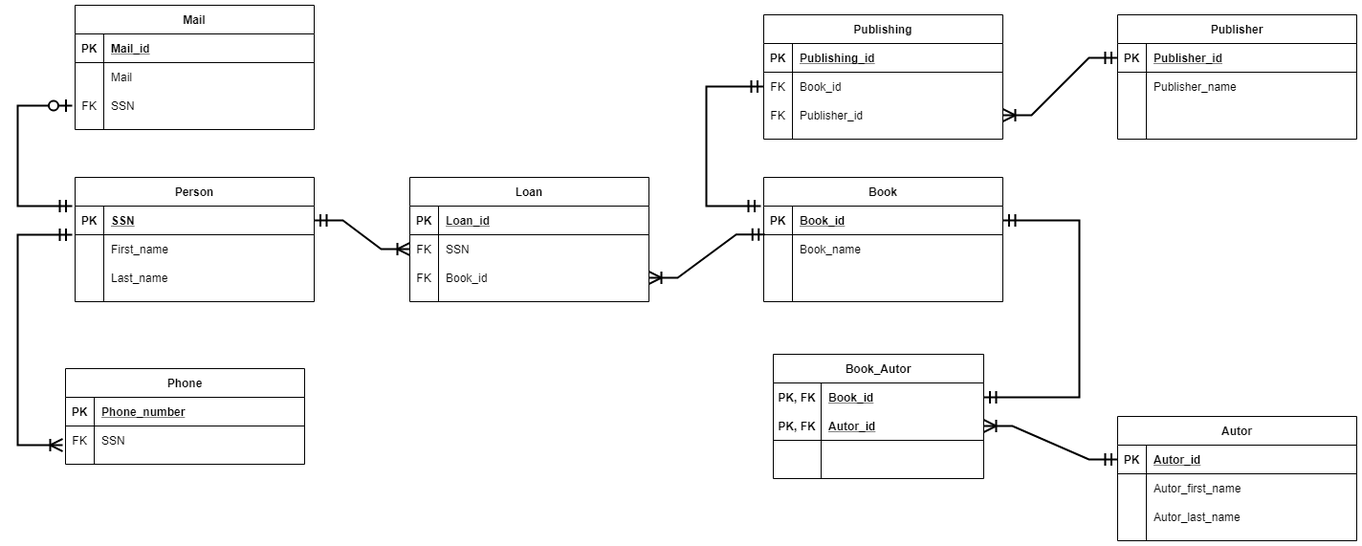
The draw.io diagram 11-Sql/Library ERD.png in Tommyhappy01/2-DATA_SCIENCE, before a commit. Source tidied: cells renumbered, new cells last; positions are measured from the earlier drawing's top-left corner, leaving out a move shared by most shapes.
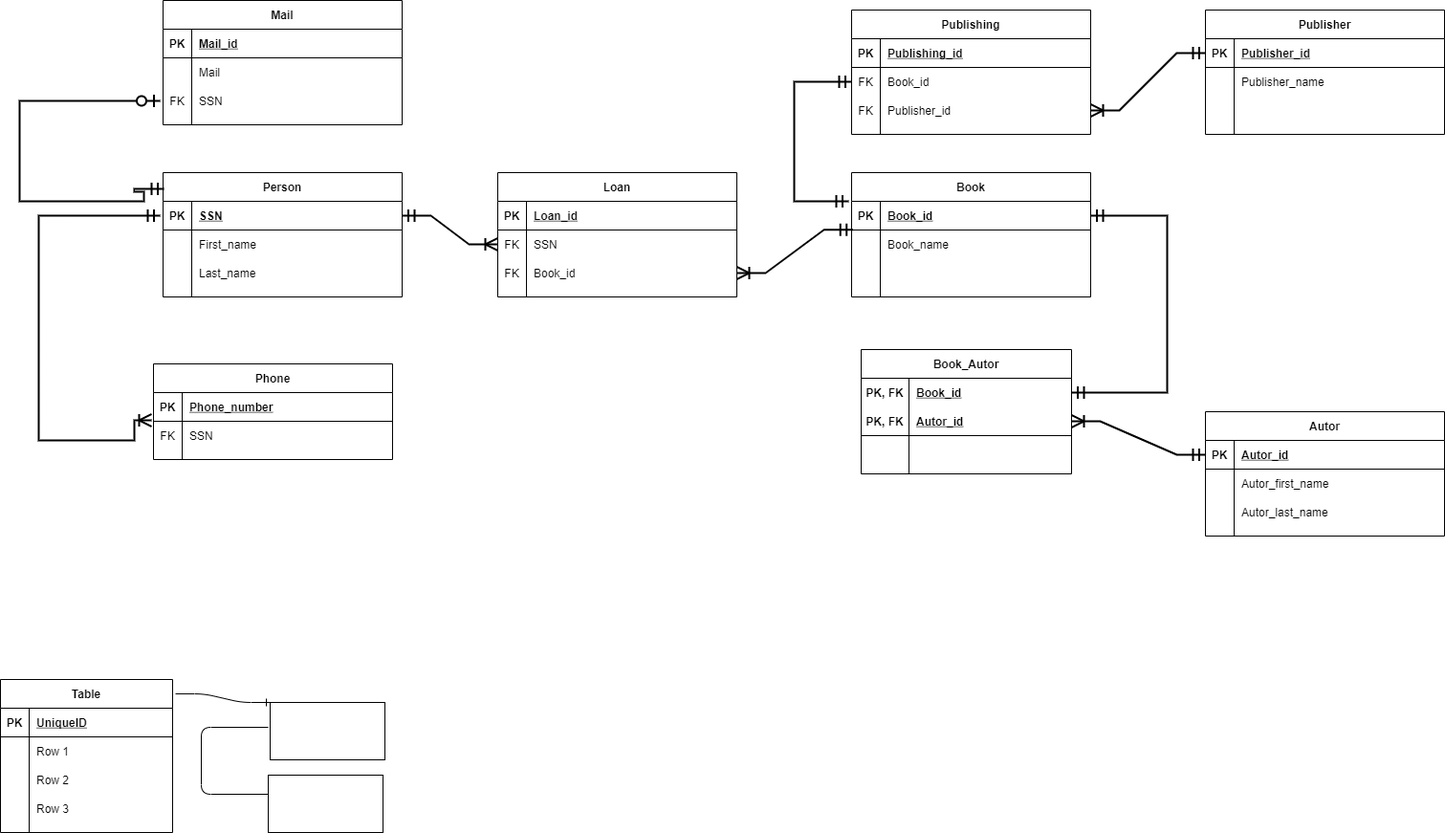
Later version of the same file.

Change to the diagram source:
```diff
@@ -266,19 +266,25 @@
     <mxCell id="89" value="FK" style="shape=partialRectangle;overflow=hidden;fillColor=none;top=0;left=0;bottom=0;right=0;" parent="78" vertex="1">
       <mxGeometry y="90" width="30" height="30" as="geometry" />
     </mxCell>
-    <mxCell id="90" style="edgeStyle=orthogonalEdgeStyle;rounded=0;jettySize=auto;html=1;strokeWidth=2;targetPerimeterSpacing=3;endSize=10;startSize=10;sourcePerimeterSpacing=3;endArrow=ERoneToMany;endFill=0;startArrow=ERmandOne;startFill=0;" parent="1" edge="1" source="3" target="99">
+    <mxCell id="90" style="edgeStyle=orthogonalEdgeStyle;rounded=0;jettySize=auto;html=1;strokeWidth=2;targetPerimeterSpacing=3;endSize=10;startSize=10;sourcePerimeterSpacing=3;endArrow=ERoneToMany;endFill=0;startArrow=ERmandOne;startFill=0;entryX=-0.008;entryY=0.967;entryDx=0;entryDy=0;entryPerimeter=0;" parent="1" edge="1" source="3" target="100">
       <mxGeometry relative="1" as="geometry">
         <Array as="points">
-          <mxPoint y="240" />
-          <mxPoint y="460" />
+          <mxPoint x="-70" y="225" />
+          <mxPoint x="-70" y="460" />
+          <mxPoint x="30" y="460" />
+          <mxPoint x="30" y="439" />
         </Array>
       </mxGeometry>
     </mxCell>
-    <mxCell id="91" style="edgeStyle=orthogonalEdgeStyle;rounded=0;jettySize=auto;html=1;startArrow=ERzeroToOne;startFill=1;endArrow=ERmandOne;endFill=0;strokeWidth=2;endSize=10;startSize=10;targetPerimeterSpacing=3;sourcePerimeterSpacing=3;" parent="1" edge="1" source="86" target="3">
+    <mxCell id="91" style="edgeStyle=orthogonalEdgeStyle;rounded=0;jettySize=auto;html=1;startArrow=ERzeroToOne;startFill=1;endArrow=ERmandOne;endFill=0;strokeWidth=2;endSize=10;startSize=10;targetPerimeterSpacing=3;sourcePerimeterSpacing=3;entryX=0.004;entryY=0.131;entryDx=0;entryDy=0;entryPerimeter=0;" parent="1" edge="1" source="86" target="2">
       <mxGeometry relative="1" as="geometry">
         <Array as="points">
-          <mxPoint y="105" />
-          <mxPoint y="210" />
+          <mxPoint x="-90" y="105" />
+          <mxPoint x="-90" y="210" />
+          <mxPoint x="40" y="210" />
+          <mxPoint x="40" y="200" />
+          <mxPoint x="30" y="200" />
+          <mxPoint x="30" y="197" />
         </Array>
       </mxGeometry>
     </mxCell>
@@ -337,5 +343,69 @@
     <mxCell id="106" value="FK" style="shape=partialRectangle;overflow=hidden;fillColor=none;top=0;left=0;bottom=0;right=0;" parent="98" vertex="1">
       <mxGeometry y="60" width="30" height="30" as="geometry" />
     </mxCell>
+    <mxCell id="107" style="rounded=0;whiteSpace=wrap;html=1;" parent="1" vertex="1">
+      <mxGeometry x="170" y="810" width="120" height="60" as="geometry" />
+    </mxCell>
+    <mxCell id="108" style="rounded=0;whiteSpace=wrap;html=1;" parent="1" vertex="1">
+      <mxGeometry x="170" y="810" width="120" height="60" as="geometry" />
+    </mxCell>
+    <mxCell id="109" style="rounded=0;whiteSpace=wrap;html=1;" parent="1" vertex="1">
+      <mxGeometry x="170" y="810" width="120" height="60" as="geometry" />
+    </mxCell>
+    <mxCell id="110" style="rounded=0;whiteSpace=wrap;html=1;" parent="1" vertex="1">
+      <mxGeometry x="172" y="734" width="120" height="60" as="geometry" />
+    </mxCell>
+    <mxCell id="111" style="endArrow=none;html=1;" parent="1" edge="1">
+      <mxGeometry relative="1" as="geometry">
+        <mxPoint x="170" y="830" as="sourcePoint" />
+        <mxPoint x="170" y="760" as="targetPoint" />
+        <Array as="points">
+          <mxPoint x="100" y="830" />
+          <mxPoint x="100" y="760" />
+        </Array>
+      </mxGeometry>
+    </mxCell>
+    <mxCell id="112" value="Table" style="shape=table;startSize=30;rowLines=0;fontStyle=1;align=center;" parent="1" vertex="1">
+      <mxGeometry x="-110" y="710" width="180" height="160" as="geometry" />
+    </mxCell>
+    <mxCell id="113" style="shape=partialRectangle;fillColor=none;top=0;left=0;bottom=1;right=0;" parent="112" vertex="1">
+      <mxGeometry y="30" width="180" height="30" as="geometry" />
+    </mxCell>
+    <mxCell id="114" value="PK" style="shape=partialRectangle;fillColor=none;top=0;left=0;bottom=0;right=0;fontStyle=1;overflow=hidden;" parent="113" vertex="1">
+      <mxGeometry width="30" height="30" as="geometry" />
+    </mxCell>
+    <mxCell id="115" value="UniqueID" style="shape=partialRectangle;fillColor=none;top=0;left=0;bottom=0;right=0;align=left;spacingLeft=6;fontStyle=5;overflow=hidden;" parent="113" vertex="1">
+      <mxGeometry x="30" width="150" height="30" as="geometry" />
+    </mxCell>
+    <mxCell id="116" style="shape=partialRectangle;fillColor=none;top=0;left=0;bottom=0;right=0;" parent="112" vertex="1">
+      <mxGeometry y="60" width="180" height="30" as="geometry" />
+    </mxCell>
+    <mxCell id="117" style="shape=partialRectangle;fillColor=none;top=0;left=0;bottom=0;right=0;overflow=hidden;" parent="116" vertex="1">
+      <mxGeometry width="30" height="30" as="geometry" />
+    </mxCell>
+    <mxCell id="118" value="Row 1" style="shape=partialRectangle;fillColor=none;top=0;left=0;bottom=0;right=0;align=left;spacingLeft=6;overflow=hidden;" parent="116" vertex="1">
+      <mxGeometry x="30" width="150" height="30" as="geometry" />
+    </mxCell>
+    <mxCell id="119" style="shape=partialRectangle;fillColor=none;top=0;left=0;bottom=0;right=0;" parent="112" vertex="1">
+      <mxGeometry y="90" width="180" height="30" as="geometry" />
+    </mxCell>
+    <mxCell id="120" style="shape=partialRectangle;fillColor=none;top=0;left=0;bottom=0;right=0;overflow=hidden;" parent="119" vertex="1">
+      <mxGeometry width="30" height="30" as="geometry" />
+    </mxCell>
+    <mxCell id="121" value="Row 2" style="shape=partialRectangle;fillColor=none;top=0;left=0;bottom=0;right=0;align=left;spacingLeft=6;overflow=hidden;" parent="119" vertex="1">
+      <mxGeometry x="30" width="150" height="30" as="geometry" />
+    </mxCell>
+    <mxCell id="122" style="shape=partialRectangle;fillColor=none;top=0;left=0;bottom=0;right=0;" parent="112" vertex="1">
+      <mxGeometry y="120" width="180" height="30" as="geometry" />
+    </mxCell>
+    <mxCell id="123" style="shape=partialRectangle;fillColor=none;top=0;left=0;bottom=0;right=0;overflow=hidden;" parent="122" vertex="1">
+      <mxGeometry width="30" height="30" as="geometry" />
+    </mxCell>
+    <mxCell id="124" value="Row 3" style="shape=partialRectangle;fillColor=none;top=0;left=0;bottom=0;right=0;align=left;spacingLeft=6;overflow=hidden;" parent="122" vertex="1">
+      <mxGeometry x="30" width="150" height="30" as="geometry" />
+    </mxCell>
+    <mxCell id="125" style="edgeStyle=entityRelationEdgeStyle;fontSize=12;html=1;endArrow=ERone;endFill=1;entryX=0;entryY=0;entryDx=0;entryDy=0;exitX=1.017;exitY=0.094;exitDx=0;exitDy=0;exitPerimeter=0;" parent="1" edge="1" source="112" target="110">
+      <mxGeometry relative="1" as="geometry" />
+    </mxCell>
   </root>
 </mxGraphModel>
```
